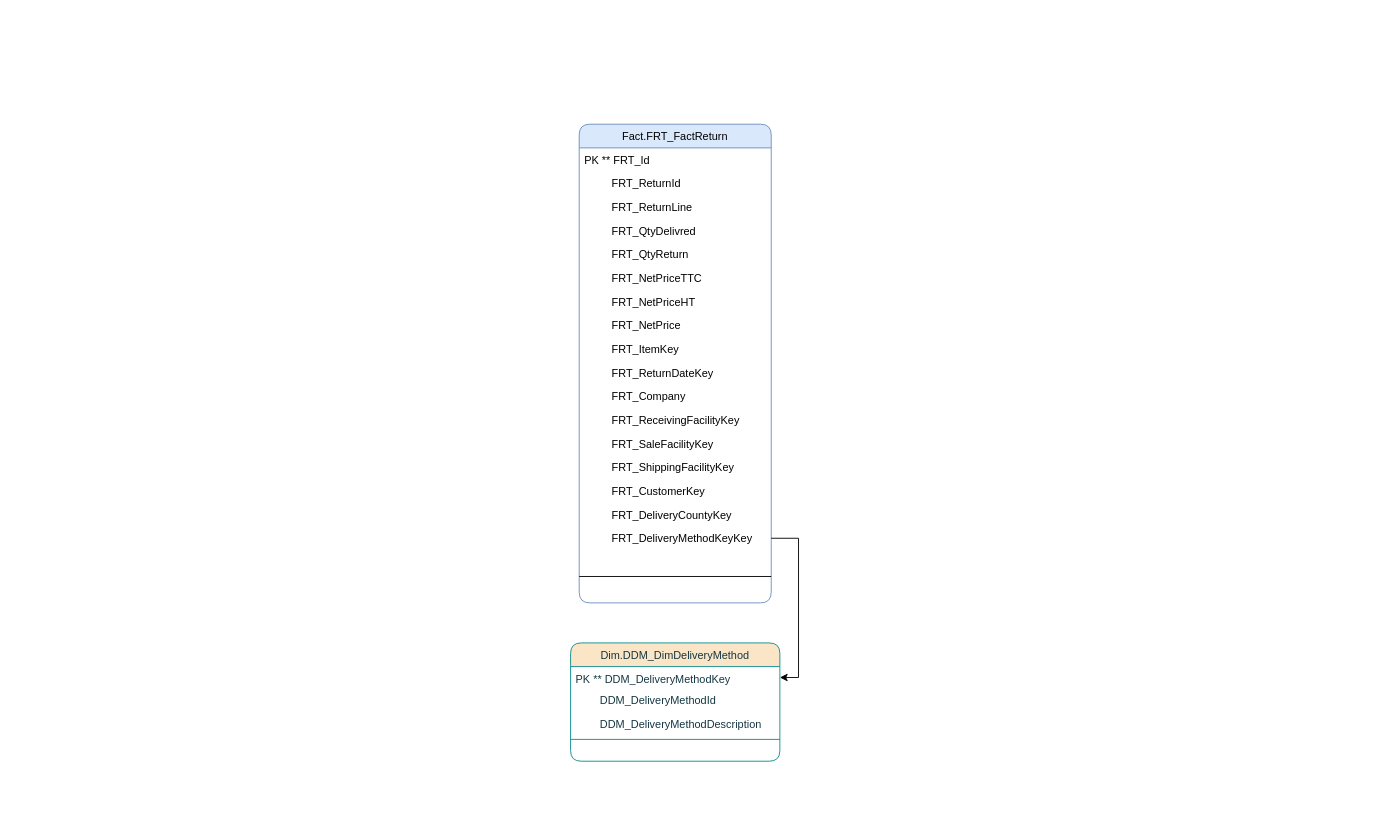
The draw.io diagram diagramme RETURN.drawio in BorchaniMohamed/BI_PROJECT_PFE, before the edit. Source tidied: cells renumbered, new cells numbered last; positions are measured from the earlier drawing's top-left corner, leaving out a move shared by most shapes. Both pictures are drawn from the tidied source at 91%, with x=0, y=0 at pixel (570, 124).
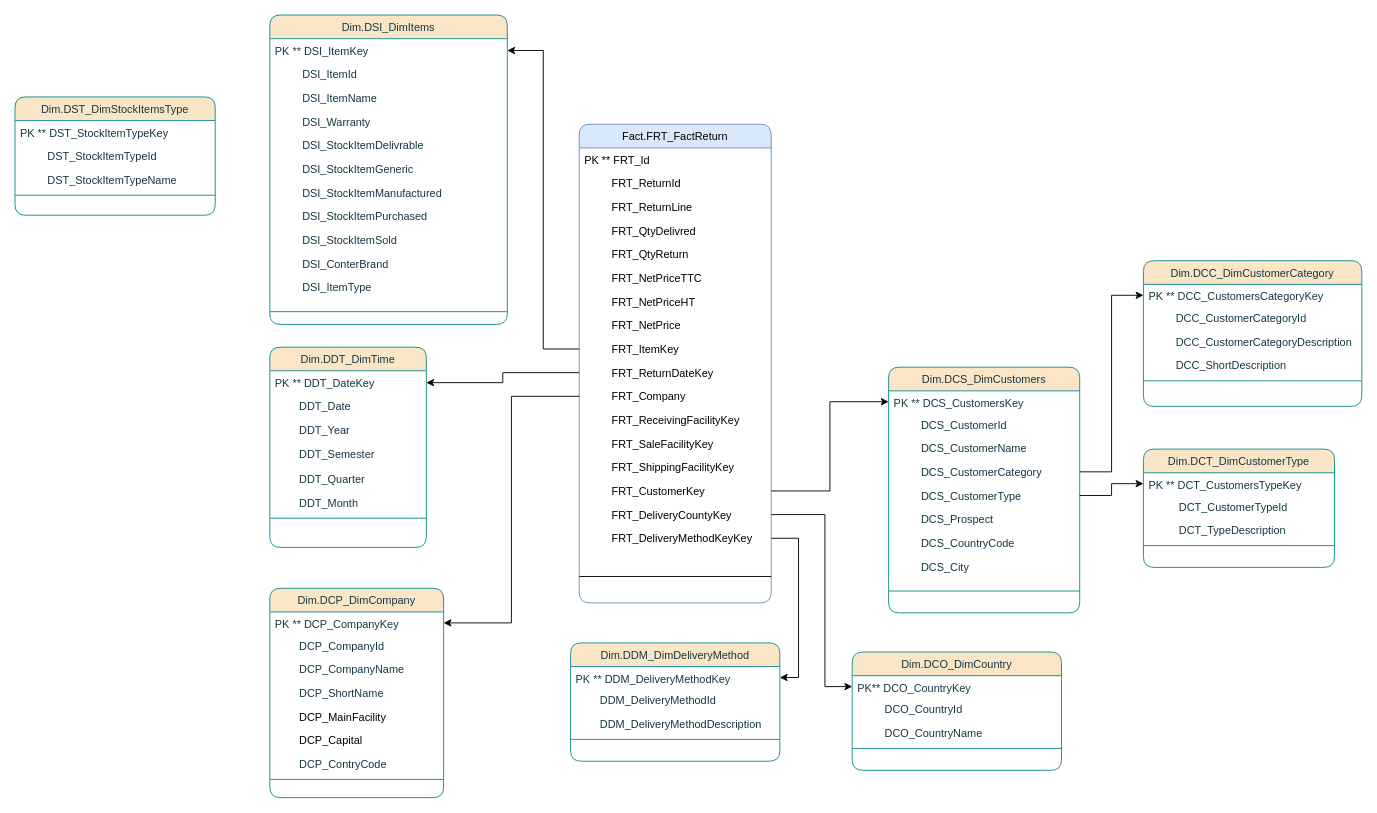
Above is the later version.

Commit message (it also covers changes not shown here):
Mettre à jour diagramme RETURN.drawio

The change refers to these unchanged cells:
```xml
<mxCell id="11" value="         FRT_ItemKey" style="text;align=left;verticalAlign=top;spacingLeft=4;spacingRight=4;overflow=hidden;points=[[0,0.5],[1,0.5]];portConstraint=eastwest;rounded=0;shadow=0;html=0;" parent="2" vertex="1">
  <mxGeometry y="234" width="211" height="26" as="geometry" />
</mxCell>
<mxCell id="12" value="         FRT_ReturnDateKey" style="text;align=left;verticalAlign=top;spacingLeft=4;spacingRight=4;overflow=hidden;points=[[0,0.5],[1,0.5]];portConstraint=eastwest;rounded=0;shadow=0;html=0;" parent="2" vertex="1">
  <mxGeometry y="260" width="211" height="26" as="geometry" />
</mxCell>
<mxCell id="13" value="         FRT_Company" style="text;align=left;verticalAlign=top;spacingLeft=4;spacingRight=4;overflow=hidden;points=[[0,0.5],[1,0.5]];portConstraint=eastwest;rounded=0;shadow=0;html=0;" parent="2" vertex="1">
  <mxGeometry y="286" width="211" height="26" as="geometry" />
</mxCell>
<mxCell id="17" value="         FRT_CustomerKey" style="text;align=left;verticalAlign=top;spacingLeft=4;spacingRight=4;overflow=hidden;points=[[0,0.5],[1,0.5]];portConstraint=eastwest;rounded=0;shadow=0;html=0;" parent="2" vertex="1">
  <mxGeometry y="390" width="211" height="26" as="geometry" />
</mxCell>
<mxCell id="18" value="         FRT_DeliveryCountyKey" style="text;align=left;verticalAlign=top;spacingLeft=4;spacingRight=4;overflow=hidden;points=[[0,0.5],[1,0.5]];portConstraint=eastwest;rounded=0;shadow=0;html=0;" parent="2" vertex="1">
  <mxGeometry y="416" width="211" height="26" as="geometry" />
</mxCell>
```

Diff of the diagram source:
```diff
@@
+    <mxCell id="27" value="Dim.DSI_DimItems" style="swimlane;fontStyle=0;align=center;verticalAlign=top;horizontal=1;startSize=26;rounded=1;shadow=0;strokeWidth=1;fillColor=#FAE5C7;strokeColor=#0F8B8D;labelBackgroundColor=none;fontColor=#143642;" parent="1" vertex="1">
+      <mxGeometry x="-330" y="-120" width="261" height="340" as="geometry" />
+    </mxCell>
+    <mxCell id="28" value="PK ** DSI_ItemKey" style="text;align=left;verticalAlign=top;spacingLeft=4;spacingRight=4;overflow=hidden;points=[[0,0.5],[1,0.5]];portConstraint=eastwest;labelBackgroundColor=none;fontColor=#143642;rounded=1;" parent="27" vertex="1">
+      <mxGeometry y="26" width="261" height="26" as="geometry" />
+    </mxCell>
+    <mxCell id="29" value="         DSI_ItemId&#10;" style="text;align=left;verticalAlign=top;spacingLeft=4;spacingRight=4;overflow=hidden;labelBackgroundColor=none;fontColor=#143642;rounded=1;" parent="27" vertex="1">
+      <mxGeometry y="52" width="261" height="26" as="geometry" />
+    </mxCell>
+    <mxCell id="30" value="         DSI_ItemName&#10;" style="text;align=left;verticalAlign=top;spacingLeft=4;spacingRight=4;overflow=hidden;labelBackgroundColor=none;fontColor=#143642;rounded=1;" parent="27" vertex="1">
+      <mxGeometry y="78" width="261" height="26" as="geometry" />
+    </mxCell>
+    <mxCell id="31" value="         DSI_Warranty&#10;" style="text;align=left;verticalAlign=top;spacingLeft=4;spacingRight=4;overflow=hidden;labelBackgroundColor=none;fontColor=#143642;rounded=1;" parent="27" vertex="1">
+      <mxGeometry y="104" width="261" height="26" as="geometry" />
+    </mxCell>
+    <mxCell id="32" value="         DSI_StockItemDelivrable" style="text;align=left;verticalAlign=top;spacingLeft=4;spacingRight=4;overflow=hidden;labelBackgroundColor=none;fontColor=#143642;rounded=1;" parent="27" vertex="1">
+      <mxGeometry y="130" width="261" height="26" as="geometry" />
+    </mxCell>
+    <mxCell id="33" value="         DSI_StockItemGeneric &#10;" style="text;align=left;verticalAlign=top;spacingLeft=4;spacingRight=4;overflow=hidden;labelBackgroundColor=none;fontColor=#143642;rounded=1;" parent="27" vertex="1">
+      <mxGeometry y="156" width="261" height="26" as="geometry" />
+    </mxCell>
+    <mxCell id="34" value="         DSI_StockItemManufactured" style="text;align=left;verticalAlign=top;spacingLeft=4;spacingRight=4;overflow=hidden;labelBackgroundColor=none;fontColor=#143642;rounded=1;" parent="27" vertex="1">
+      <mxGeometry y="182" width="261" height="26" as="geometry" />
+    </mxCell>
+    <mxCell id="35" value="         DSI_StockItemPurchased" style="text;align=left;verticalAlign=top;spacingLeft=4;spacingRight=4;overflow=hidden;labelBackgroundColor=none;fontColor=#143642;rounded=1;" parent="27" vertex="1">
+      <mxGeometry y="208" width="261" height="26" as="geometry" />
+    </mxCell>
+    <mxCell id="36" value="         DSI_StockItemSold&#10;" style="text;align=left;verticalAlign=top;spacingLeft=4;spacingRight=4;overflow=hidden;labelBackgroundColor=none;fontColor=#143642;rounded=1;" parent="27" vertex="1">
+      <mxGeometry y="234" width="261" height="26" as="geometry" />
+    </mxCell>
+    <mxCell id="37" value="         DSI_ConterBrand&#10;" style="text;align=left;verticalAlign=top;spacingLeft=4;spacingRight=4;overflow=hidden;labelBackgroundColor=none;fontColor=#143642;rounded=1;" parent="27" vertex="1">
+      <mxGeometry y="260" width="261" height="26" as="geometry" />
+    </mxCell>
+    <mxCell id="38" value="         DSI_ItemType&#10;" style="text;align=left;verticalAlign=top;spacingLeft=4;spacingRight=4;overflow=hidden;labelBackgroundColor=none;fontColor=#143642;rounded=1;" parent="27" vertex="1">
+      <mxGeometry y="286" width="261" height="26" as="geometry" />
+    </mxCell>
+    <mxCell id="39" style="line;html=1;strokeWidth=1;align=left;verticalAlign=middle;spacingTop=-1;spacingLeft=3;spacingRight=3;labelPosition=right;labelBackgroundColor=none;fillColor=#FAE5C7;strokeColor=#0F8B8D;fontColor=#143642;rounded=1;" parent="27" vertex="1">
+      <mxGeometry y="312" width="261" height="28" as="geometry" />
+    </mxCell>
+    <mxCell id="40" value="Dim.DST_DimStockItemsType" style="swimlane;fontStyle=0;align=center;verticalAlign=top;horizontal=1;startSize=26;rounded=1;shadow=0;strokeWidth=1;fillColor=#FAE5C7;strokeColor=#0F8B8D;labelBackgroundColor=none;fontColor=#143642;" parent="1" vertex="1">
+      <mxGeometry x="-610" y="-30" width="220" height="130" as="geometry" />
+    </mxCell>
+    <mxCell id="41" value="PK ** DST_StockItemTypeKey" style="text;align=left;verticalAlign=top;spacingLeft=4;spacingRight=4;overflow=hidden;labelBackgroundColor=none;fontColor=#143642;rounded=1;" parent="40" vertex="1">
+      <mxGeometry y="26" width="220" height="26" as="geometry" />
+    </mxCell>
+    <mxCell id="42" value="         DST_StockItemTypeId&#10;" style="text;align=left;verticalAlign=top;spacingLeft=4;spacingRight=4;overflow=hidden;labelBackgroundColor=none;fontColor=#143642;rounded=1;" parent="40" vertex="1">
+      <mxGeometry y="52" width="220" height="26" as="geometry" />
+    </mxCell>
+    <mxCell id="43" value="         DST_StockItemTypeName" style="text;align=left;verticalAlign=top;spacingLeft=4;spacingRight=4;overflow=hidden;labelBackgroundColor=none;fontColor=#143642;rounded=1;" parent="40" vertex="1">
+      <mxGeometry y="78" width="220" height="26" as="geometry" />
+    </mxCell>
+    <mxCell id="44" style="line;html=1;strokeWidth=1;align=left;verticalAlign=middle;spacingTop=-1;spacingLeft=3;spacingRight=3;labelPosition=right;labelBackgroundColor=none;fillColor=#FAE5C7;strokeColor=#0F8B8D;fontColor=#143642;rounded=1;" parent="40" vertex="1">
+      <mxGeometry y="104" width="220" height="8" as="geometry" />
+    </mxCell>
+    <mxCell id="45" style="edgeStyle=orthogonalEdgeStyle;rounded=0;jettySize=auto;html=1;" parent="1" edge="1" source="11" target="28">
+      <mxGeometry relative="1" as="geometry" />
+    </mxCell>
+    <mxCell id="46" value="Dim.DDT_DimTime" style="swimlane;fontStyle=0;align=center;verticalAlign=top;horizontal=1;startSize=26;rounded=1;shadow=0;strokeWidth=1;fillColor=#FAE5C7;strokeColor=#0F8B8D;labelBackgroundColor=none;fontColor=#143642;" parent="1" vertex="1">
+      <mxGeometry x="-330" y="245" width="172" height="220" as="geometry" />
+    </mxCell>
+    <mxCell id="47" value="PK ** DDT_DateKey" style="text;align=left;verticalAlign=top;spacingLeft=4;spacingRight=4;overflow=hidden;points=[[0,0.5],[1,0.5]];portConstraint=eastwest;labelBackgroundColor=none;fontColor=#143642;rounded=1;" parent="46" vertex="1">
+      <mxGeometry y="26" width="172" height="26" as="geometry" />
+    </mxCell>
+    <mxCell id="48" value="        DDT_Date&#10;" style="text;align=left;verticalAlign=top;spacingLeft=4;spacingRight=4;overflow=hidden;labelBackgroundColor=none;fontColor=#143642;rounded=1;" parent="46" vertex="1">
+      <mxGeometry y="52" width="172" height="26" as="geometry" />
+    </mxCell>
+    <mxCell id="49" value="        DDT_Year&#10;" style="text;align=left;verticalAlign=top;spacingLeft=4;spacingRight=4;overflow=hidden;labelBackgroundColor=none;fontColor=#143642;rounded=1;" parent="46" vertex="1">
+      <mxGeometry y="78" width="172" height="26" as="geometry" />
+    </mxCell>
+    <mxCell id="50" value="        DDT_Semester&#10;" style="text;align=left;verticalAlign=top;spacingLeft=4;spacingRight=4;overflow=hidden;labelBackgroundColor=none;fontColor=#143642;rounded=1;" parent="46" vertex="1">
+      <mxGeometry y="104" width="172" height="28" as="geometry" />
+    </mxCell>
+    <mxCell id="51" value="        DDT_Quarter" style="text;align=left;verticalAlign=top;spacingLeft=4;spacingRight=4;overflow=hidden;labelBackgroundColor=none;fontColor=#143642;rounded=1;" parent="46" vertex="1">
+      <mxGeometry y="132" width="172" height="26" as="geometry" />
+    </mxCell>
+    <mxCell id="52" value="        DDT_Month&#10;" style="text;align=left;verticalAlign=top;spacingLeft=4;spacingRight=4;overflow=hidden;labelBackgroundColor=none;fontColor=#143642;rounded=1;" parent="46" vertex="1">
+      <mxGeometry y="158" width="172" height="26" as="geometry" />
+    </mxCell>
+    <mxCell id="53" style="line;html=1;strokeWidth=1;align=left;verticalAlign=middle;spacingTop=-1;spacingLeft=3;spacingRight=3;labelPosition=right;labelBackgroundColor=none;fillColor=#FAE5C7;strokeColor=#0F8B8D;fontColor=#143642;rounded=1;" parent="46" vertex="1">
+      <mxGeometry y="184" width="172" height="8" as="geometry" />
+    </mxCell>
+    <mxCell id="54" style="edgeStyle=orthogonalEdgeStyle;rounded=0;jettySize=auto;html=1;" parent="1" edge="1" source="12" target="47">
+      <mxGeometry relative="1" as="geometry" />
+    </mxCell>
+    <mxCell id="55" value="Dim.DCP_DimCompany" style="swimlane;fontStyle=0;align=center;verticalAlign=top;horizontal=1;startSize=26;rounded=1;shadow=0;strokeWidth=1;fillColor=#FAE5C7;strokeColor=#0F8B8D;labelBackgroundColor=none;fontColor=#143642;" parent="1" vertex="1">
+      <mxGeometry x="-330" y="510" width="191" height="230" as="geometry" />
+    </mxCell>
+    <mxCell id="56" value="PK ** DCP_CompanyKey&#10;" style="text;align=left;verticalAlign=top;spacingLeft=4;spacingRight=4;overflow=hidden;points=[[0,0.5],[1,0.5]];portConstraint=eastwest;labelBackgroundColor=none;fontColor=#143642;rounded=1;" parent="55" vertex="1">
+      <mxGeometry y="26" width="191" height="24" as="geometry" />
+    </mxCell>
+    <mxCell id="57" value="        DCP_CompanyId" style="text;align=left;verticalAlign=top;spacingLeft=4;spacingRight=4;overflow=hidden;labelBackgroundColor=none;fontColor=#143642;rounded=1;" parent="55" vertex="1">
+      <mxGeometry y="50" width="191" height="26" as="geometry" />
+    </mxCell>
+    <mxCell id="58" value="        DCP_CompanyName" style="text;align=left;verticalAlign=top;spacingLeft=4;spacingRight=4;overflow=hidden;labelBackgroundColor=none;fontColor=#143642;rounded=1;" parent="55" vertex="1">
+      <mxGeometry y="76" width="191" height="26" as="geometry" />
+    </mxCell>
+    <mxCell id="59" value="        DCP_ShortName" style="text;align=left;verticalAlign=top;spacingLeft=4;spacingRight=4;overflow=hidden;labelBackgroundColor=none;fontColor=#143642;rounded=1;" parent="55" vertex="1">
+      <mxGeometry y="102" width="191" height="26" as="geometry" />
+    </mxCell>
+    <mxCell id="60" value="        DCP_MainFacility" style="text;align=left;verticalAlign=top;spacingLeft=4;spacingRight=4;overflow=hidden;rounded=1;shadow=0;html=0;labelBackgroundColor=none;" parent="55" vertex="1">
+      <mxGeometry y="128" width="191" height="26" as="geometry" />
+    </mxCell>
+    <mxCell id="61" value="        DCP_Capital" style="text;align=left;verticalAlign=top;spacingLeft=4;spacingRight=4;overflow=hidden;rounded=1;shadow=0;html=0;labelBackgroundColor=none;" parent="55" vertex="1">
+      <mxGeometry y="154" width="191" height="26" as="geometry" />
+    </mxCell>
+    <mxCell id="62" value="        DCP_ContryCode" style="text;align=left;verticalAlign=top;spacingLeft=4;spacingRight=4;overflow=hidden;labelBackgroundColor=none;fontColor=#143642;rounded=1;" parent="55" vertex="1">
+      <mxGeometry y="180" width="191" height="26" as="geometry" />
+    </mxCell>
+    <mxCell id="63" style="line;html=1;strokeWidth=1;align=left;verticalAlign=middle;spacingTop=-1;spacingLeft=3;spacingRight=3;labelPosition=right;labelBackgroundColor=none;fillColor=#FAE5C7;strokeColor=#0F8B8D;fontColor=#143642;rounded=1;" parent="55" vertex="1">
+      <mxGeometry y="206" width="191" height="8" as="geometry" />
+    </mxCell>
+    <mxCell id="64" style="edgeStyle=orthogonalEdgeStyle;rounded=0;jettySize=auto;html=1;" parent="1" edge="1" source="13" target="56">
+      <mxGeometry relative="1" as="geometry" />
+    </mxCell>
+    <mxCell id="65" value="Dim.DCO_DimCountry" style="swimlane;fontStyle=0;align=center;verticalAlign=top;horizontal=1;startSize=26;rounded=1;shadow=0;strokeWidth=1;fillColor=#FAE5C7;strokeColor=#0F8B8D;labelBackgroundColor=none;fontColor=#143642;" parent="1" vertex="1">
+      <mxGeometry x="310" y="580" width="230" height="130" as="geometry" />
+    </mxCell>
+    <mxCell id="66" value="PK** DCO_CountryKey&#10; " style="text;align=left;verticalAlign=top;spacingLeft=4;spacingRight=4;overflow=hidden;points=[[0,0.5],[1,0.5]];portConstraint=eastwest;labelBackgroundColor=none;fontColor=#143642;rounded=1;" parent="65" vertex="1">
+      <mxGeometry y="26" width="230" height="24" as="geometry" />
+    </mxCell>
+    <mxCell id="67" value="         DCO_CountryId" style="text;align=left;verticalAlign=top;spacingLeft=4;spacingRight=4;overflow=hidden;labelBackgroundColor=none;fontColor=#143642;rounded=1;" parent="65" vertex="1">
+      <mxGeometry y="50" width="230" height="26" as="geometry" />
+    </mxCell>
+    <mxCell id="68" value="         DCO_CountryName" style="text;align=left;verticalAlign=top;spacingLeft=4;spacingRight=4;overflow=hidden;labelBackgroundColor=none;fontColor=#143642;rounded=1;" parent="65" vertex="1">
+      <mxGeometry y="76" width="230" height="26" as="geometry" />
+    </mxCell>
+    <mxCell id="69" style="line;html=1;strokeWidth=1;align=left;verticalAlign=middle;spacingTop=-1;spacingLeft=3;spacingRight=3;labelPosition=right;labelBackgroundColor=none;fillColor=#FAE5C7;strokeColor=#0F8B8D;fontColor=#143642;rounded=1;" parent="65" vertex="1">
+      <mxGeometry y="102" width="230" height="8" as="geometry" />
+    </mxCell>
+    <mxCell id="70" style="edgeStyle=orthogonalEdgeStyle;rounded=0;jettySize=auto;html=1;" parent="1" edge="1" source="18" target="66">
+      <mxGeometry relative="1" as="geometry">
+        <Array as="points">
+          <mxPoint x="280" y="429" />
+          <mxPoint x="280" y="618" />
+        </Array>
+      </mxGeometry>
+    </mxCell>
+    <mxCell id="71" value="Dim.DCS_DimCustomers" style="swimlane;fontStyle=0;align=center;verticalAlign=top;horizontal=1;startSize=26;rounded=1;shadow=0;strokeWidth=1;fillColor=#FAE5C7;strokeColor=#0F8B8D;labelBackgroundColor=none;fontColor=#143642;" parent="1" vertex="1">
+      <mxGeometry x="350" y="267" width="210" height="270" as="geometry" />
+    </mxCell>
+    <mxCell id="72" value="PK ** DCS_CustomersKey" style="text;align=left;verticalAlign=top;spacingLeft=4;spacingRight=4;overflow=hidden;points=[[0,0.5],[1,0.5]];portConstraint=eastwest;labelBackgroundColor=none;fontColor=#143642;rounded=1;" parent="71" vertex="1">
+      <mxGeometry y="26" width="210" height="24" as="geometry" />
+    </mxCell>
+    <mxCell id="73" value="         DCS_CustomerId" style="text;align=left;verticalAlign=top;spacingLeft=4;spacingRight=4;overflow=hidden;labelBackgroundColor=none;fontColor=#143642;rounded=1;" parent="71" vertex="1">
+      <mxGeometry y="50" width="210" height="26" as="geometry" />
+    </mxCell>
+    <mxCell id="74" value="         DCS_CustomerName" style="text;align=left;verticalAlign=top;spacingLeft=4;spacingRight=4;overflow=hidden;labelBackgroundColor=none;fontColor=#143642;rounded=1;" parent="71" vertex="1">
+      <mxGeometry y="76" width="210" height="26" as="geometry" />
+    </mxCell>
+    <mxCell id="75" value="         DCS_CustomerCategory" style="text;align=left;verticalAlign=top;spacingLeft=4;spacingRight=4;overflow=hidden;points=[[0,0.5],[1,0.5]];portConstraint=eastwest;labelBackgroundColor=none;fontColor=#143642;rounded=1;" parent="71" vertex="1">
+      <mxGeometry y="102" width="210" height="26" as="geometry" />
+    </mxCell>
+    <mxCell id="76" value="         DCS_CustomerType" style="text;align=left;verticalAlign=top;spacingLeft=4;spacingRight=4;overflow=hidden;points=[[0,0.5],[1,0.5]];portConstraint=eastwest;labelBackgroundColor=none;fontColor=#143642;rounded=1;" parent="71" vertex="1">
+      <mxGeometry y="128" width="210" height="26" as="geometry" />
+    </mxCell>
+    <mxCell id="77" value="         DCS_Prospect" style="text;align=left;verticalAlign=top;spacingLeft=4;spacingRight=4;overflow=hidden;labelBackgroundColor=none;fontColor=#143642;rounded=1;" parent="71" vertex="1">
+      <mxGeometry y="154" width="210" height="26" as="geometry" />
+    </mxCell>
+    <mxCell id="78" value="         DCS_CountryCode" style="text;align=left;verticalAlign=top;spacingLeft=4;spacingRight=4;overflow=hidden;labelBackgroundColor=none;fontColor=#143642;rounded=1;" parent="71" vertex="1">
+      <mxGeometry y="180" width="210" height="26" as="geometry" />
+    </mxCell>
+    <mxCell id="79" value="         DCS_City" style="text;align=left;verticalAlign=top;spacingLeft=4;spacingRight=4;overflow=hidden;labelBackgroundColor=none;fontColor=#143642;rounded=1;" parent="71" vertex="1">
+      <mxGeometry y="206" width="210" height="26" as="geometry" />
+    </mxCell>
+    <mxCell id="80" style="line;html=1;strokeWidth=1;align=left;verticalAlign=middle;spacingTop=-1;spacingLeft=3;spacingRight=3;labelPosition=right;labelBackgroundColor=none;fillColor=#FAE5C7;strokeColor=#0F8B8D;fontColor=#143642;rounded=1;" parent="71" vertex="1">
+      <mxGeometry y="232" width="210" height="28" as="geometry" />
+    </mxCell>
+    <mxCell id="81" value="Dim.DCT_DimCustomerType" style="swimlane;fontStyle=0;align=center;verticalAlign=top;horizontal=1;startSize=26;rounded=1;shadow=0;strokeWidth=1;fillColor=#FAE5C7;strokeColor=#0F8B8D;labelBackgroundColor=none;fontColor=#143642;" parent="1" vertex="1">
+      <mxGeometry x="630" y="357" width="210" height="130" as="geometry" />
+    </mxCell>
+    <mxCell id="82" value="PK ** DCT_CustomersTypeKey" style="text;align=left;verticalAlign=top;spacingLeft=4;spacingRight=4;overflow=hidden;points=[[0,0.5],[1,0.5]];portConstraint=eastwest;labelBackgroundColor=none;fontColor=#143642;rounded=1;" parent="81" vertex="1">
+      <mxGeometry y="26" width="210" height="24" as="geometry" />
+    </mxCell>
+    <mxCell id="83" value="          DCT_CustomerTypeId" style="text;align=left;verticalAlign=top;spacingLeft=4;spacingRight=4;overflow=hidden;labelBackgroundColor=none;fontColor=#143642;rounded=1;" parent="81" vertex="1">
+      <mxGeometry y="50" width="210" height="26" as="geometry" />
+    </mxCell>
+    <mxCell id="84" value="          DCT_TypeDescription" style="text;align=left;verticalAlign=top;spacingLeft=4;spacingRight=4;overflow=hidden;labelBackgroundColor=none;fontColor=#143642;rounded=1;" parent="81" vertex="1">
+      <mxGeometry y="76" width="210" height="26" as="geometry" />
+    </mxCell>
+    <mxCell id="85" style="line;html=1;strokeWidth=1;align=left;verticalAlign=middle;spacingTop=-1;spacingLeft=3;spacingRight=3;labelPosition=right;labelBackgroundColor=none;fillColor=#FAE5C7;strokeColor=#0F8B8D;fontColor=#143642;rounded=1;" parent="81" vertex="1">
+      <mxGeometry y="102" width="210" height="8" as="geometry" />
+    </mxCell>
+    <mxCell id="86" style="edgeStyle=orthogonalEdgeStyle;rounded=0;jettySize=auto;html=1;" parent="1" edge="1" source="17" target="72">
+      <mxGeometry relative="1" as="geometry" />
+    </mxCell>
+    <mxCell id="87" value="Dim.DCC_DimCustomerCategory" style="swimlane;fontStyle=0;align=center;verticalAlign=top;horizontal=1;startSize=26;rounded=1;shadow=0;strokeWidth=1;fillColor=#FAE5C7;strokeColor=#0F8B8D;labelBackgroundColor=none;fontColor=#143642;" parent="1" vertex="1">
+      <mxGeometry x="630" y="150" width="240" height="160" as="geometry" />
+    </mxCell>
+    <mxCell id="88" value="PK ** DCC_CustomersCategoryKey" style="text;align=left;verticalAlign=top;spacingLeft=4;spacingRight=4;overflow=hidden;points=[[0,0.5],[1,0.5]];portConstraint=eastwest;labelBackgroundColor=none;fontColor=#143642;rounded=1;" parent="87" vertex="1">
+      <mxGeometry y="26" width="240" height="24" as="geometry" />
+    </mxCell>
+    <mxCell id="89" value="         DCC_CustomerCategoryId" style="text;align=left;verticalAlign=top;spacingLeft=4;spacingRight=4;overflow=hidden;labelBackgroundColor=none;fontColor=#143642;rounded=1;" parent="87" vertex="1">
+      <mxGeometry y="50" width="240" height="26" as="geometry" />
+    </mxCell>
+    <mxCell id="90" value="         DCC_CustomerCategoryDescription" style="text;align=left;verticalAlign=top;spacingLeft=4;spacingRight=4;overflow=hidden;labelBackgroundColor=none;fontColor=#143642;rounded=1;" parent="87" vertex="1">
+      <mxGeometry y="76" width="240" height="26" as="geometry" />
+    </mxCell>
+    <mxCell id="91" value="         DCC_ShortDescription" style="text;align=left;verticalAlign=top;spacingLeft=4;spacingRight=4;overflow=hidden;labelBackgroundColor=none;fontColor=#143642;rounded=1;" parent="87" vertex="1">
+      <mxGeometry y="102" width="240" height="26" as="geometry" />
+    </mxCell>
+    <mxCell id="92" style="line;html=1;strokeWidth=1;align=left;verticalAlign=middle;spacingTop=-1;spacingLeft=3;spacingRight=3;labelPosition=right;labelBackgroundColor=none;fillColor=#FAE5C7;strokeColor=#0F8B8D;fontColor=#143642;rounded=1;" parent="87" vertex="1">
+      <mxGeometry y="128" width="240" height="8" as="geometry" />
+    </mxCell>
+    <mxCell id="93" style="edgeStyle=orthogonalEdgeStyle;rounded=0;jettySize=auto;html=1;" parent="1" edge="1" source="75" target="88">
+      <mxGeometry relative="1" as="geometry" />
+    </mxCell>
+    <mxCell id="94" style="edgeStyle=orthogonalEdgeStyle;rounded=0;jettySize=auto;html=1;" parent="1" edge="1" source="76" target="82">
+      <mxGeometry relative="1" as="geometry" />
+    </mxCell>
```
